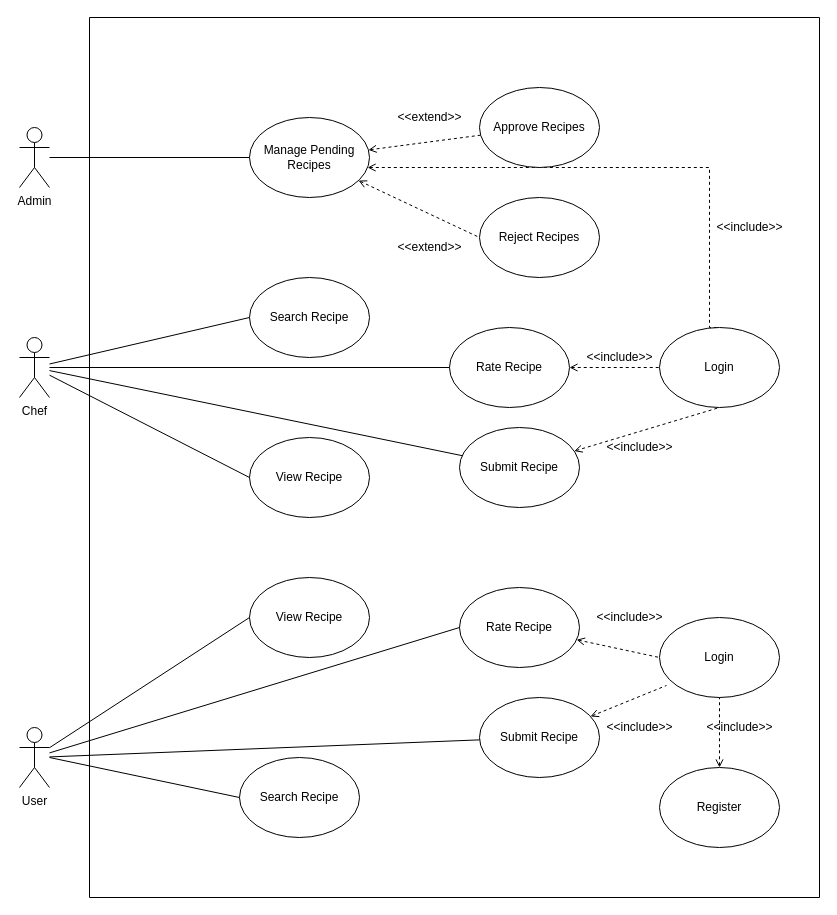
Before: page "Use Case" (2 of 2) of Extras/HungryMunchiesClassDiagram.drawio in Sillfer/Hungry_Munchies, a draw.io diagram. Source tidied: cells renumbered, new cells numbered last; positions are measured from the earlier drawing's top-left corner, leaving out a move shared by most shapes. Both pictures are drawn from the tidied source at 100%, with x=0, y=0 at pixel (19, 17).
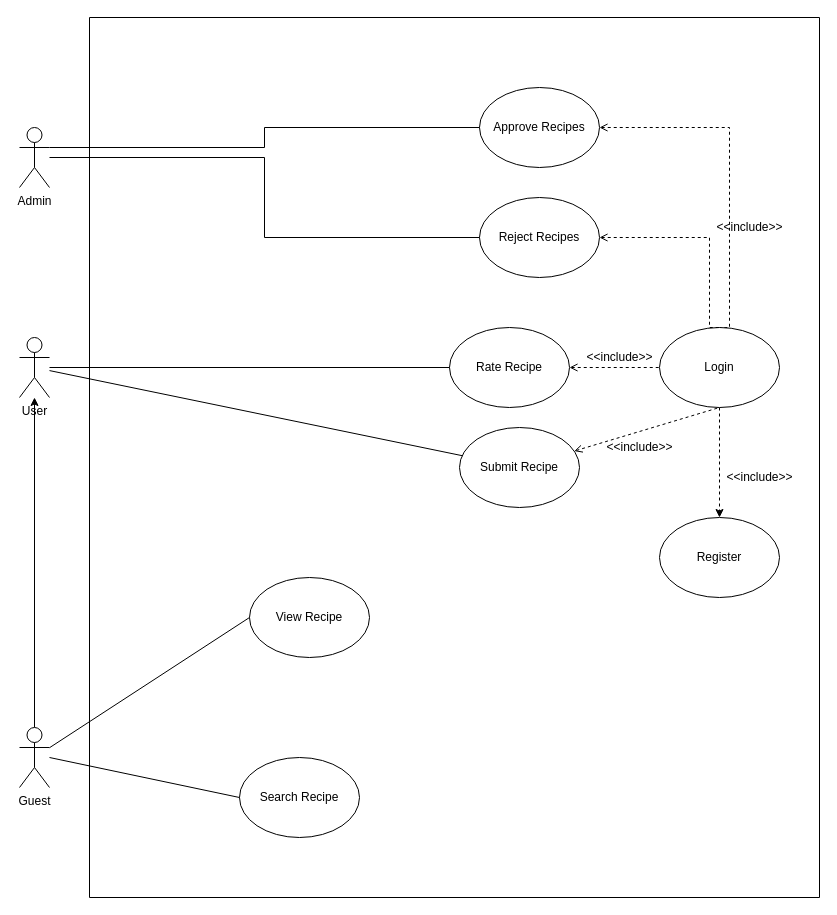
After the change.

Unchanged cells that the change refers to:
```xml
<mxCell id="2" style="swimlane;startSize=0;" parent="1" vertex="1">
  <mxGeometry x="70" width="730" height="880" as="geometry" />
</mxCell>
<mxCell id="7" value="Approve Recipes" style="ellipse;whiteSpace=wrap;html=1;" parent="2" vertex="1">
  <mxGeometry x="390" y="70" width="120" height="80" as="geometry" />
</mxCell>
<mxCell id="8" value="Reject Recipes" style="ellipse;whiteSpace=wrap;html=1;" parent="2" vertex="1">
  <mxGeometry x="390" y="180" width="120" height="80" as="geometry" />
</mxCell>
<mxCell id="9" value="Login" style="ellipse;whiteSpace=wrap;html=1;" parent="2" vertex="1">
  <mxGeometry x="570" y="310" width="120" height="80" as="geometry" />
</mxCell>
<mxCell id="27" value="Admin" style="shape=umlActor;verticalLabelPosition=bottom;verticalAlign=top;html=1;outlineConnect=0;" parent="1" vertex="1">
  <mxGeometry y="110" width="30" height="60" as="geometry" />
</mxCell>
```

The edit, as a diff of the source:
```diff
@@
-    <mxCell id="3" style="rounded=0;jettySize=auto;html=1;endArrow=none;endFill=0;startArrow=open;startFill=0;dashed=1;" parent="2" edge="1" source="6" target="7">
-      <mxGeometry relative="1" as="geometry" />
-    </mxCell>
-    <mxCell id="4" style="rounded=0;jettySize=auto;html=1;entryX=0;entryY=0.5;entryDx=0;entryDy=0;endArrow=none;endFill=0;startArrow=open;startFill=0;dashed=1;" parent="2" edge="1" source="6" target="8">
-      <mxGeometry relative="1" as="geometry" />
-    </mxCell>
-    <mxCell id="5" style="edgeStyle=orthogonalEdgeStyle;rounded=0;jettySize=auto;html=1;entryX=0.5;entryY=0;entryDx=0;entryDy=0;dashed=1;startArrow=open;startFill=0;endArrow=none;endFill=0;" parent="2" edge="1" source="6" target="9">
+    <mxCell id="5" style="edgeStyle=orthogonalEdgeStyle;rounded=0;jettySize=auto;html=1;entryX=0.5;entryY=0;entryDx=0;entryDy=0;dashed=1;startArrow=open;startFill=0;endArrow=none;endFill=0;exitX=1;exitY=0.5;exitDx=0;exitDy=0;" parent="2" edge="1" source="7" target="9">
       <mxGeometry relative="1" as="geometry">
         <Array as="points">
-          <mxPoint x="620" y="150" />
+          <mxPoint x="640" y="110" />
+          <mxPoint x="640" y="310" />
         </Array>
       </mxGeometry>
     </mxCell>
-    <mxCell id="6" value="Manage Pending Recipes" style="ellipse;whiteSpace=wrap;html=1;" parent="2" vertex="1">
-      <mxGeometry x="160" y="100" width="120" height="80" as="geometry" />
-    </mxCell>
@@
+    <mxCell id="45" style="edgeStyle=orthogonalEdgeStyle;rounded=0;jettySize=auto;html=1;dashed=1;" parent="2" edge="1" source="9" target="25">
+      <mxGeometry relative="1" as="geometry" />
+    </mxCell>
@@
-    <mxCell id="10" value="View Recipe" style="ellipse;whiteSpace=wrap;html=1;" parent="2" vertex="1">
-      <mxGeometry x="160" y="420" width="120" height="80" as="geometry" />
-    </mxCell>
-    <mxCell id="11" value="Search Recipe" style="ellipse;whiteSpace=wrap;html=1;" parent="2" vertex="1">
-      <mxGeometry x="160" y="260" width="120" height="80" as="geometry" />
-    </mxCell>
@@
-    <mxCell id="19" style="edgeStyle=none;rounded=0;jettySize=auto;html=1;entryX=0;entryY=0.5;entryDx=0;entryDy=0;startArrow=open;startFill=0;endArrow=none;endFill=0;dashed=1;" parent="2" edge="1" source="20" target="23">
-      <mxGeometry relative="1" as="geometry" />
-    </mxCell>
-    <mxCell id="20" value="Rate Recipe" style="ellipse;whiteSpace=wrap;html=1;" parent="2" vertex="1">
-      <mxGeometry x="370" y="570" width="120" height="80" as="geometry" />
-    </mxCell>
-    <mxCell id="21" style="edgeStyle=none;rounded=0;jettySize=auto;html=1;entryX=0.058;entryY=0.85;entryDx=0;entryDy=0;entryPerimeter=0;dashed=1;startArrow=open;startFill=0;endArrow=none;endFill=0;" parent="2" edge="1" source="22" target="23">
-      <mxGeometry relative="1" as="geometry" />
-    </mxCell>
-    <mxCell id="22" value="Submit Recipe" style="ellipse;whiteSpace=wrap;html=1;" parent="2" vertex="1">
-      <mxGeometry x="390" y="680" width="120" height="80" as="geometry" />
-    </mxCell>
-    <mxCell id="23" value="Login" style="ellipse;whiteSpace=wrap;html=1;" parent="2" vertex="1">
-      <mxGeometry x="570" y="600" width="120" height="80" as="geometry" />
-    </mxCell>
-    <mxCell id="24" style="edgeStyle=none;rounded=0;jettySize=auto;html=1;dashed=1;startArrow=open;startFill=0;endArrow=none;endFill=0;" parent="2" edge="1" source="25" target="23">
-      <mxGeometry relative="1" as="geometry" />
-    </mxCell>
     <mxCell id="25" value="Register" style="ellipse;whiteSpace=wrap;html=1;" parent="2" vertex="1">
-      <mxGeometry x="570" y="750" width="120" height="80" as="geometry" />
+      <mxGeometry x="570" y="500" width="120" height="80" as="geometry" />
     </mxCell>
+    <mxCell id="46" style="edgeStyle=orthogonalEdgeStyle;rounded=0;jettySize=auto;html=1;entryX=0.5;entryY=0;entryDx=0;entryDy=0;dashed=1;startArrow=open;startFill=0;endArrow=none;endFill=0;" parent="2" edge="1" target="9">
+      <mxGeometry relative="1" as="geometry">
+        <mxPoint x="510" y="220" as="sourcePoint" />
+        <Array as="points">
+          <mxPoint x="510" y="220" />
+          <mxPoint x="620" y="220" />
+          <mxPoint x="620" y="310" />
+        </Array>
+      </mxGeometry>
+    </mxCell>
+    <mxCell id="44" value="&amp;lt;&amp;lt;include&amp;gt;&amp;gt;" style="text;html=1;align=center;verticalAlign=middle;strokeColor=none;fillColor=none;" parent="2" vertex="1">
+      <mxGeometry x="630" y="450" width="80" height="20" as="geometry" />
+    </mxCell>
-    <mxCell id="26" style="edgeStyle=orthogonalEdgeStyle;rounded=0;jettySize=auto;html=1;entryX=0;entryY=0.5;entryDx=0;entryDy=0;endArrow=none;endFill=0;" parent="1" edge="1" source="27" target="6">
-      <mxGeometry relative="1" as="geometry" />
+    <mxCell id="26" style="edgeStyle=orthogonalEdgeStyle;rounded=0;jettySize=auto;html=1;entryX=0;entryY=0.5;entryDx=0;entryDy=0;endArrow=none;endFill=0;" parent="1" edge="1" source="27" target="7">
+      <mxGeometry relative="1" as="geometry">
+        <Array as="points">
+          <mxPoint x="245" y="130" />
+          <mxPoint x="245" y="110" />
+        </Array>
+      </mxGeometry>
     </mxCell>
@@
-    <mxCell id="28" style="rounded=0;jettySize=auto;html=1;entryX=0;entryY=0.5;entryDx=0;entryDy=0;startArrow=none;startFill=0;endArrow=none;endFill=0;" parent="1" edge="1" source="32" target="11">
-      <mxGeometry relative="1" as="geometry" />
-    </mxCell>
-    <mxCell id="29" style="rounded=0;jettySize=auto;html=1;entryX=0;entryY=0.5;entryDx=0;entryDy=0;startArrow=none;startFill=0;endArrow=none;endFill=0;" parent="1" edge="1" source="32" target="10">
-      <mxGeometry relative="1" as="geometry" />
-    </mxCell>
@@
-    <mxCell id="32" value="Chef" style="shape=umlActor;verticalLabelPosition=bottom;verticalAlign=top;html=1;outlineConnect=0;" parent="1" vertex="1">
+    <mxCell id="32" value="User" style="shape=umlActor;verticalLabelPosition=bottom;verticalAlign=top;html=1;outlineConnect=0;" parent="1" vertex="1">
       <mxGeometry y="320" width="30" height="60" as="geometry" />
     </mxCell>
@@
+    <mxCell id="47" style="edgeStyle=orthogonalEdgeStyle;rounded=0;jettySize=auto;html=1;" parent="1" edge="1" source="34" target="32">
+      <mxGeometry relative="1" as="geometry" />
+    </mxCell>
-    <mxCell id="34" value="User" style="shape=umlActor;verticalLabelPosition=bottom;verticalAlign=top;html=1;outlineConnect=0;" parent="1" vertex="1">
+    <mxCell id="34" value="Guest" style="shape=umlActor;verticalLabelPosition=bottom;verticalAlign=top;html=1;outlineConnect=0;" parent="1" vertex="1">
       <mxGeometry y="710" width="30" height="60" as="geometry" />
     </mxCell>
-    <mxCell id="35" value="&amp;lt;&amp;lt;extend&amp;gt;&amp;gt;" style="text;html=1;align=center;verticalAlign=middle;strokeColor=none;fillColor=none;" parent="1" vertex="1">
-      <mxGeometry x="370" y="90" width="80" height="20" as="geometry" />
-    </mxCell>
-    <mxCell id="36" value="&amp;lt;&amp;lt;extend&amp;gt;&amp;gt;" style="text;html=1;align=center;verticalAlign=middle;strokeColor=none;fillColor=none;" parent="1" vertex="1">
-      <mxGeometry x="370" y="220" width="80" height="20" as="geometry" />
-    </mxCell>
@@
-    <mxCell id="39" style="edgeStyle=none;rounded=0;jettySize=auto;html=1;entryX=0;entryY=0.5;entryDx=0;entryDy=0;startArrow=none;startFill=0;endArrow=none;endFill=0;" parent="1" edge="1" source="34" target="20">
-      <mxGeometry relative="1" as="geometry" />
-    </mxCell>
@@
-    <mxCell id="41" style="edgeStyle=none;rounded=0;jettySize=auto;html=1;startArrow=none;startFill=0;endArrow=none;endFill=0;" parent="1" edge="1" source="34" target="22">
-      <mxGeometry relative="1" as="geometry" />
-    </mxCell>
-    <mxCell id="42" value="&amp;lt;&amp;lt;include&amp;gt;&amp;gt;" style="text;html=1;align=center;verticalAlign=middle;strokeColor=none;fillColor=none;" parent="1" vertex="1">
-      <mxGeometry x="570" y="590" width="80" height="20" as="geometry" />
-    </mxCell>
-    <mxCell id="43" value="&amp;lt;&amp;lt;include&amp;gt;&amp;gt;" style="text;html=1;align=center;verticalAlign=middle;strokeColor=none;fillColor=none;" parent="1" vertex="1">
-      <mxGeometry x="580" y="700" width="80" height="20" as="geometry" />
-    </mxCell>
-    <mxCell id="44" value="&amp;lt;&amp;lt;include&amp;gt;&amp;gt;" style="text;html=1;align=center;verticalAlign=middle;strokeColor=none;fillColor=none;" parent="1" vertex="1">
-      <mxGeometry x="680" y="700" width="80" height="20" as="geometry" />
-    </mxCell>
+    <mxCell id="48" style="edgeStyle=orthogonalEdgeStyle;rounded=0;jettySize=auto;html=1;endArrow=none;endFill=0;entryX=0;entryY=0.5;entryDx=0;entryDy=0;" parent="1" edge="1" source="27" target="8">
+      <mxGeometry relative="1" as="geometry" />
+    </mxCell>
```
